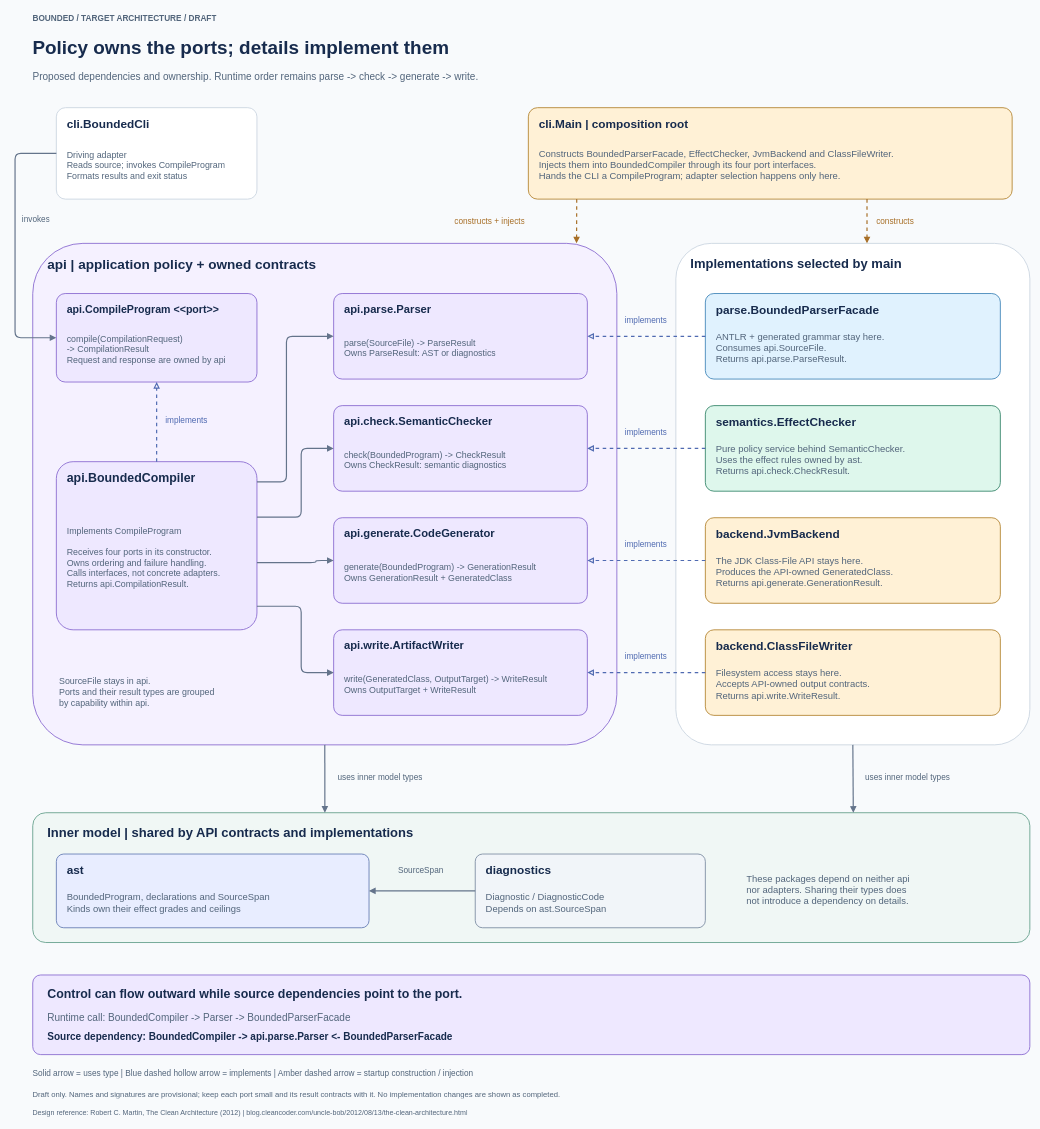
SirSkaro/bounded keeps this draw.io diagram as page "4. Ports and adapters" (4 of 4) of docs/architecture.drawio. Above is the earlier version. Source tidied: cells renumbered, new cells numbered last; positions are measured from the earlier drawing's top-left corner, leaving out a move shared by most shapes. Both pictures are drawn from the tidied source at 59%, with x=0, y=0 at pixel (15, 10).
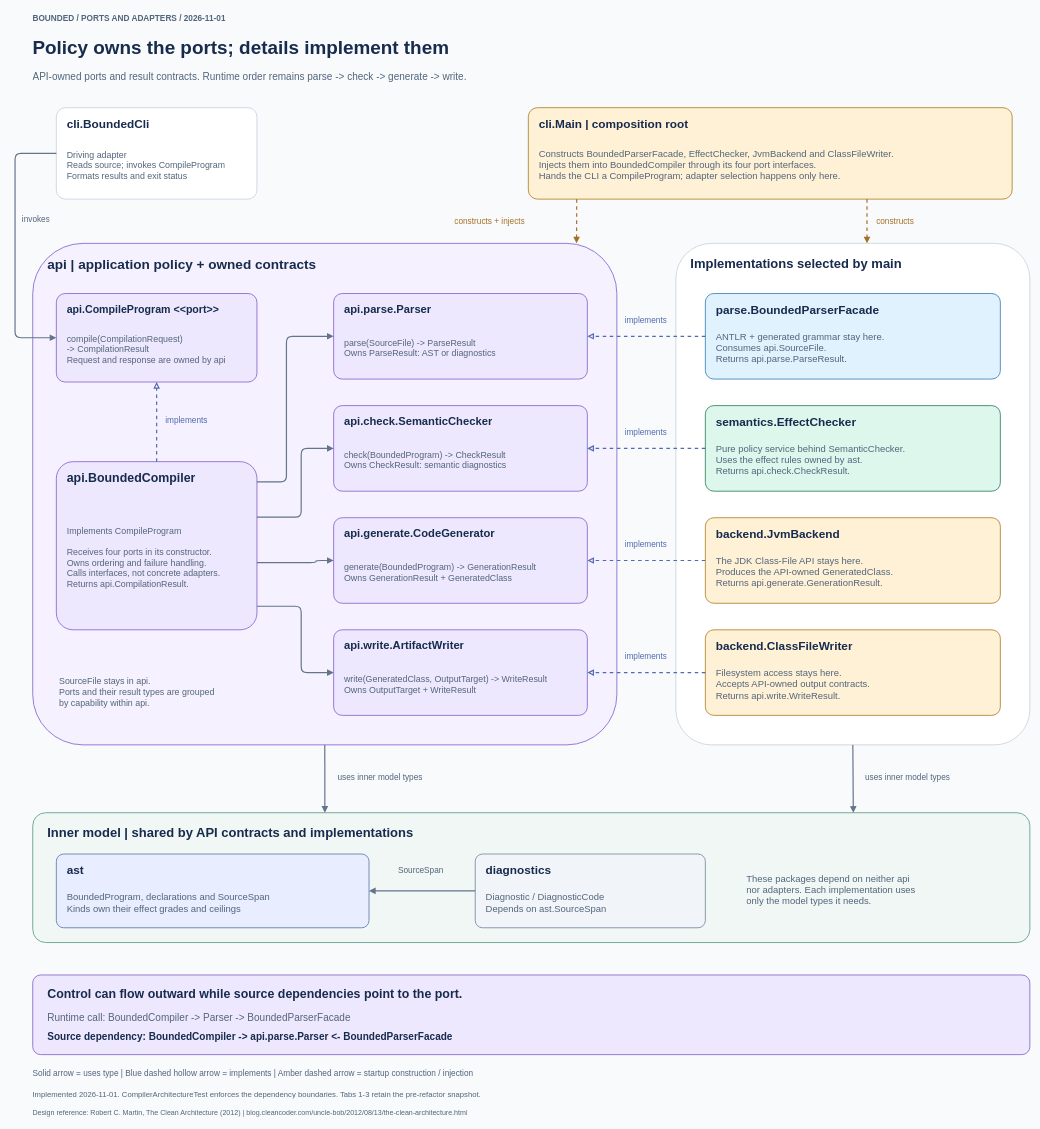
The same diagram, later.

The edit, as a diff of the source:
```diff
@@
-    <mxCell id="2" value="BOUNDED  /  TARGET ARCHITECTURE  /  DRAFT" style="text;html=0;whiteSpace=wrap;overflow=hidden;strokeColor=none;fillColor=none;fontFamily=Helvetica;fontSize=14;fontColor=#52657B;fontStyle=1;align=left;verticalAlign=middle;spacing=0;" parent="1" vertex="1">
+    <mxCell id="2" value="BOUNDED  /  PORTS AND ADAPTERS  /  2026-11-01" style="text;html=0;whiteSpace=wrap;overflow=hidden;strokeColor=none;fillColor=none;fontFamily=Helvetica;fontSize=14;fontColor=#52657B;fontStyle=1;align=left;verticalAlign=middle;spacing=0;" parent="1" vertex="1">
       <mxGeometry x="30" width="1680" height="25" as="geometry" />
     </mxCell>
@@
-    <mxCell id="4" value="Proposed dependencies and ownership. Runtime order remains parse -&gt; check -&gt; generate -&gt; write." style="text;html=0;whiteSpace=wrap;overflow=hidden;strokeColor=none;fillColor=none;fontFamily=Helvetica;fontSize=17;fontColor=#52657B;fontStyle=0;align=left;verticalAlign=middle;spacing=0;" parent="1" vertex="1">
+    <mxCell id="4" value="API-owned ports and result contracts. Runtime order remains parse -&gt; check -&gt; generate -&gt; write." style="text;html=0;whiteSpace=wrap;overflow=hidden;strokeColor=none;fillColor=none;fontFamily=Helvetica;fontSize=17;fontColor=#52657B;fontStyle=0;align=left;verticalAlign=middle;spacing=0;" parent="1" vertex="1">
       <mxGeometry x="30" y="95" width="1680" height="35" as="geometry" />
     </mxCell>
@@
-    <mxCell id="74" value="These packages depend on neither api&#10;nor adapters. Sharing their types does&#10;not introduce a dependency on details." style="text;html=0;whiteSpace=wrap;overflow=hidden;strokeColor=none;fillColor=none;fontFamily=Helvetica;fontSize=16;fontColor=#52657B;fontStyle=0;align=left;verticalAlign=middle;spacing=0;" parent="1" vertex="1">
+    <mxCell id="74" value="These packages depend on neither api&#10;nor adapters. Each implementation uses&#10;only the model types it needs." style="text;html=0;whiteSpace=wrap;overflow=hidden;strokeColor=none;fillColor=none;fontFamily=Helvetica;fontSize=16;fontColor=#52657B;fontStyle=0;align=left;verticalAlign=middle;spacing=0;" parent="1" vertex="1">
       <mxGeometry x="1240" y="1448" width="420" height="85" as="geometry" />
     </mxCell>
@@
-    <mxCell id="86" value="Draft only. Names and signatures are provisional; keep each port small and its result contracts with it. No implementation changes are shown as completed." style="text;html=0;whiteSpace=wrap;overflow=hidden;strokeColor=none;fillColor=none;fontFamily=Helvetica;fontSize=13;fontColor=#52657B;fontStyle=0;align=left;verticalAlign=middle;spacing=0;" parent="1" vertex="1">
+    <mxCell id="86" value="Implemented 2026-11-01. CompilerArchitectureTest enforces the dependency boundaries. Tabs 1-3 retain the pre-refactor snapshot." style="text;html=0;whiteSpace=wrap;overflow=hidden;strokeColor=none;fillColor=none;fontFamily=Helvetica;fontSize=13;fontColor=#52657B;fontStyle=0;align=left;verticalAlign=middle;spacing=0;" parent="1" vertex="1">
       <mxGeometry x="30" y="1823" width="1690" height="28" as="geometry" />
     </mxCell>
```
